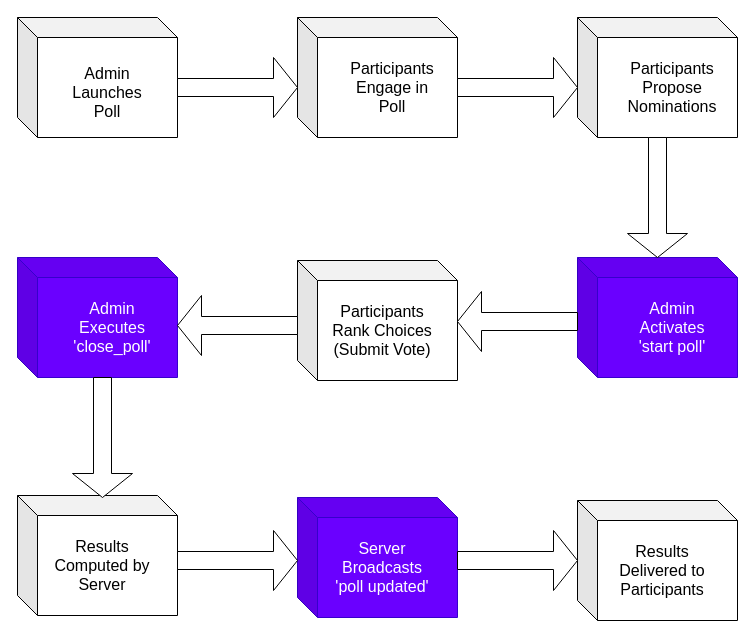
cholakovit/voteAPI keeps this draw.io diagram as systemDesign/systemDesign.drawio. Above is the earlier version. Source tidied: cells renumbered, new cells numbered last; positions are measured from the earlier drawing's top-left corner, leaving out a move shared by most shapes. Both pictures are drawn from the tidied source at 100%, with x=0, y=0 at pixel (17, 17).
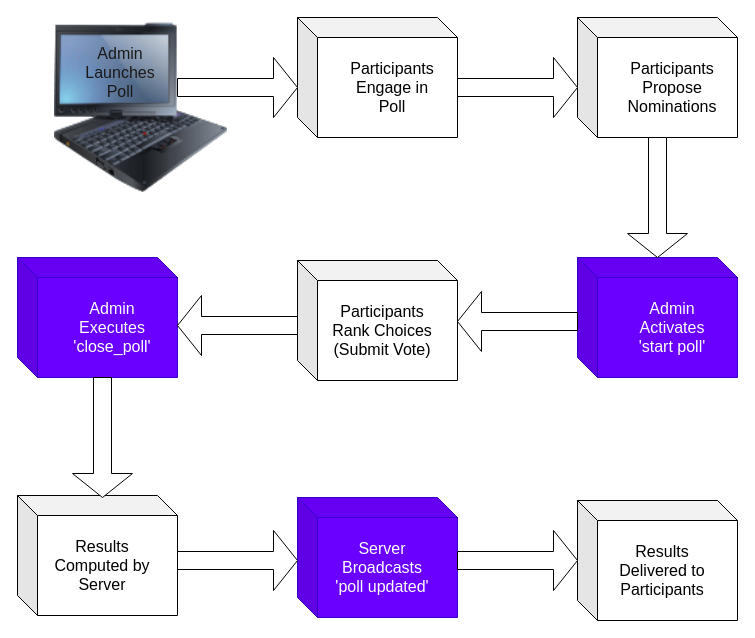
After the change.

Diff of the diagram source:
```diff
@@
-    <mxCell id="2" style="shape=cube;whiteSpace=wrap;html=1;boundedLbl=1;backgroundOutline=1;darkOpacity=0.05;darkOpacity2=0.1;" parent="1" vertex="1">
-      <mxGeometry width="160" height="120" as="geometry" />
-    </mxCell>
-    <mxCell id="3" value="&lt;font style=&quot;font-size: 16px;&quot;&gt;Admin Launches Poll&lt;/font&gt;" style="text;html=1;strokeColor=none;fillColor=none;align=center;verticalAlign=middle;whiteSpace=wrap;rounded=0;" parent="1" vertex="1">
-      <mxGeometry x="60" y="60" width="60" height="30" as="geometry" />
-    </mxCell>
@@
+    <mxCell id="28" style="image;html=1;image=img/lib/clip_art/computers/IBM_Tablet_128x128.png;" parent="1" vertex="1">
+      <mxGeometry x="3" y="5" width="240.8" height="170" as="geometry" />
+    </mxCell>
+    <mxCell id="3" value="&lt;font style=&quot;font-size: 16px;&quot;&gt;Admin Launches Poll&lt;/font&gt;" style="text;html=1;strokeColor=none;fillColor=none;align=center;verticalAlign=middle;whiteSpace=wrap;rounded=0;fontColor=#1A1A1A;" parent="1" vertex="1">
+      <mxGeometry x="73" y="40" width="60" height="30" as="geometry" />
+    </mxCell>
```
